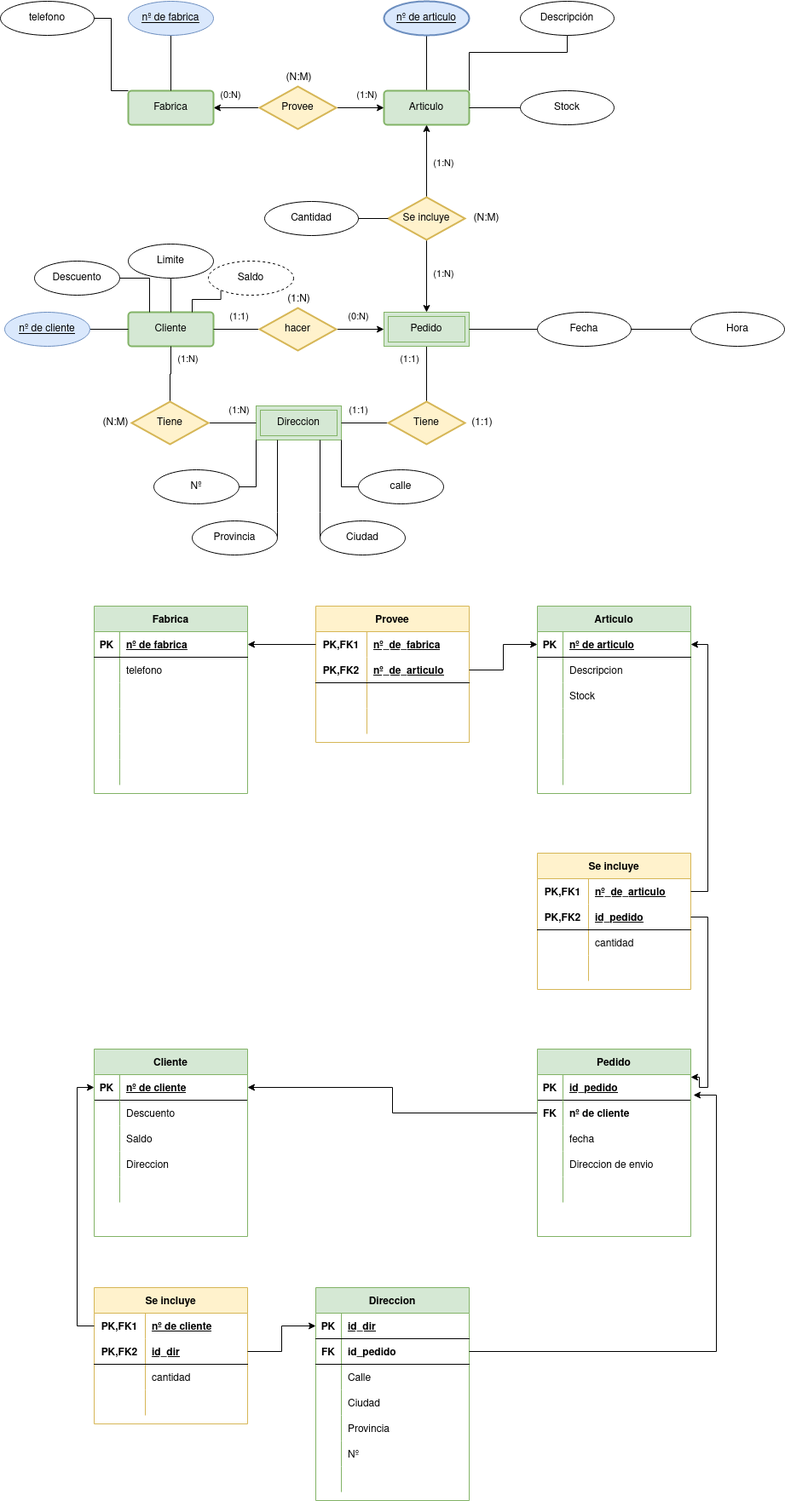
Earlier version of the draw.io export tareas base de datos/Tareas_Normalizacion/Tarea_4/norm_4.drawio.png (Angel-L-G/Base-Datos). Source tidied: cells renumbered, new cells last; positions are measured from the earlier drawing's top-left corner, leaving out a move shared by most shapes.
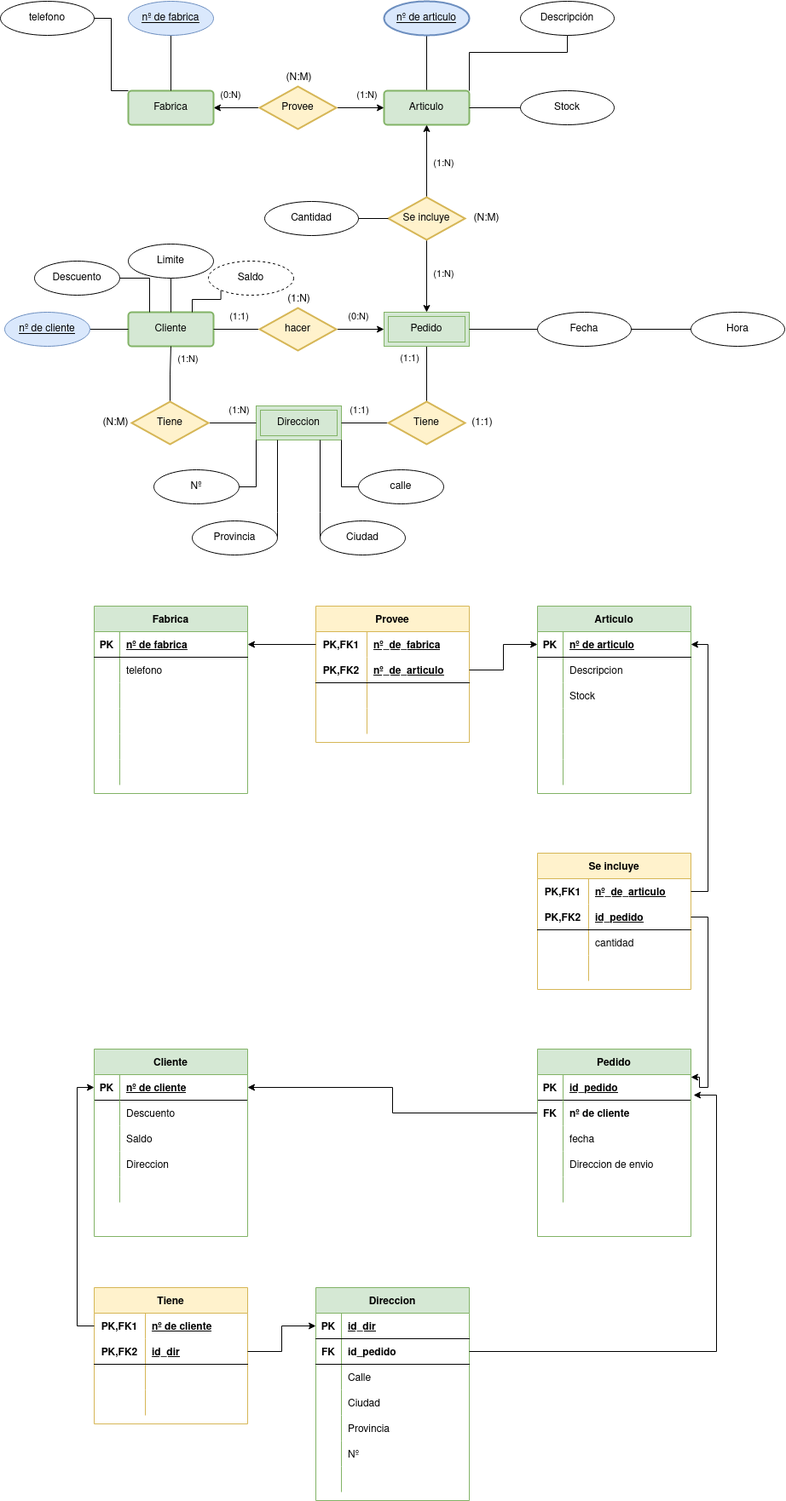
After the change.

Diff of the diagram source:
```diff
@@ -691,7 +691,7 @@
     <mxCell id="217" style="shape=partialRectangle;fillColor=none;top=0;left=0;bottom=0;right=0;align=left;spacingLeft=6;overflow=hidden;" parent="215" vertex="1">
       <mxGeometry x="30" width="150" height="30" as="geometry" />
     </mxCell>
-    <mxCell id="218" value="Se incluye" style="shape=table;startSize=30;rowLines=0;fontStyle=1;align=center;fillColor=#fff2cc;strokeColor=#d6b656;" parent="1" vertex="1">
+    <mxCell id="218" value="Tiene" style="shape=table;startSize=30;rowLines=0;fontStyle=1;align=center;fillColor=#fff2cc;strokeColor=#d6b656;" parent="1" vertex="1">
       <mxGeometry x="110" y="1510" width="180" height="160" as="geometry" />
     </mxCell>
     <mxCell id="219" style="shape=tableRow;horizontal=0;startSize=0;swimlaneHead=0;swimlaneBody=0;fillColor=none;points=[[0,0.5],[1,0.5]];portConstraint=eastwest;top=0;left=0;right=0;bottom=0;" parent="218" vertex="1">
@@ -718,7 +718,7 @@
     <mxCell id="226" style="shape=partialRectangle;fillColor=none;top=0;left=0;bottom=0;right=0;overflow=hidden;" parent="225" vertex="1">
       <mxGeometry width="60" height="30" as="geometry" />
     </mxCell>
-    <mxCell id="227" value="cantidad" style="shape=partialRectangle;fillColor=none;top=0;left=0;bottom=0;right=0;align=left;spacingLeft=6;overflow=hidden;" parent="225" vertex="1">
+    <mxCell id="227" style="shape=partialRectangle;fillColor=none;top=0;left=0;bottom=0;right=0;align=left;spacingLeft=6;overflow=hidden;" parent="225" vertex="1">
       <mxGeometry x="60" width="120" height="30" as="geometry" />
     </mxCell>
     <mxCell id="228" style="shape=tableRow;horizontal=0;startSize=0;swimlaneHead=0;swimlaneBody=0;fillColor=none;top=0;left=0;right=0;bottom=0;" parent="218" vertex="1">
```
